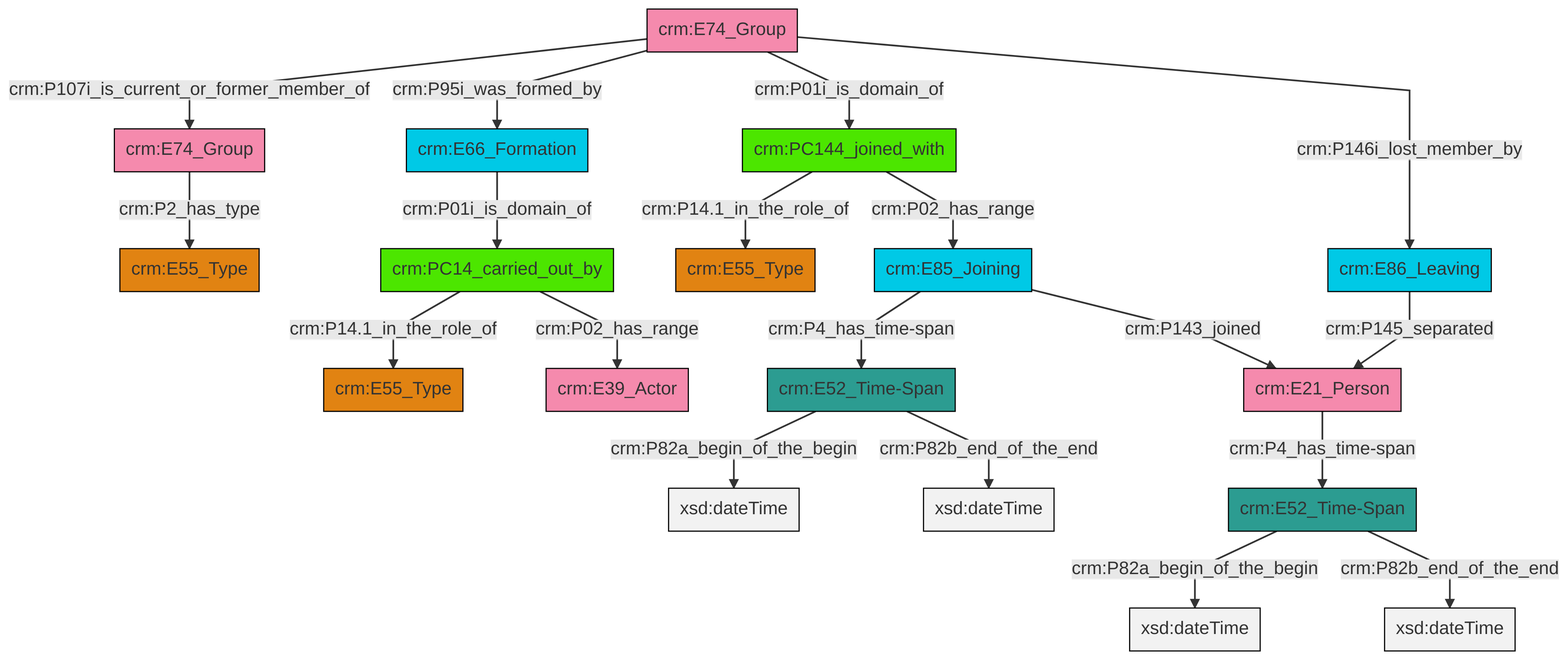
Earlier version of the Mermaid export et/groupCSV/ttl/mmd/png/group_actor_relations.png (swiss-art-research-net/reference-data-models). Its source is kept beside it as et/groupCSV/ttl/mmd/group_actor_relations.ttl.mmd.
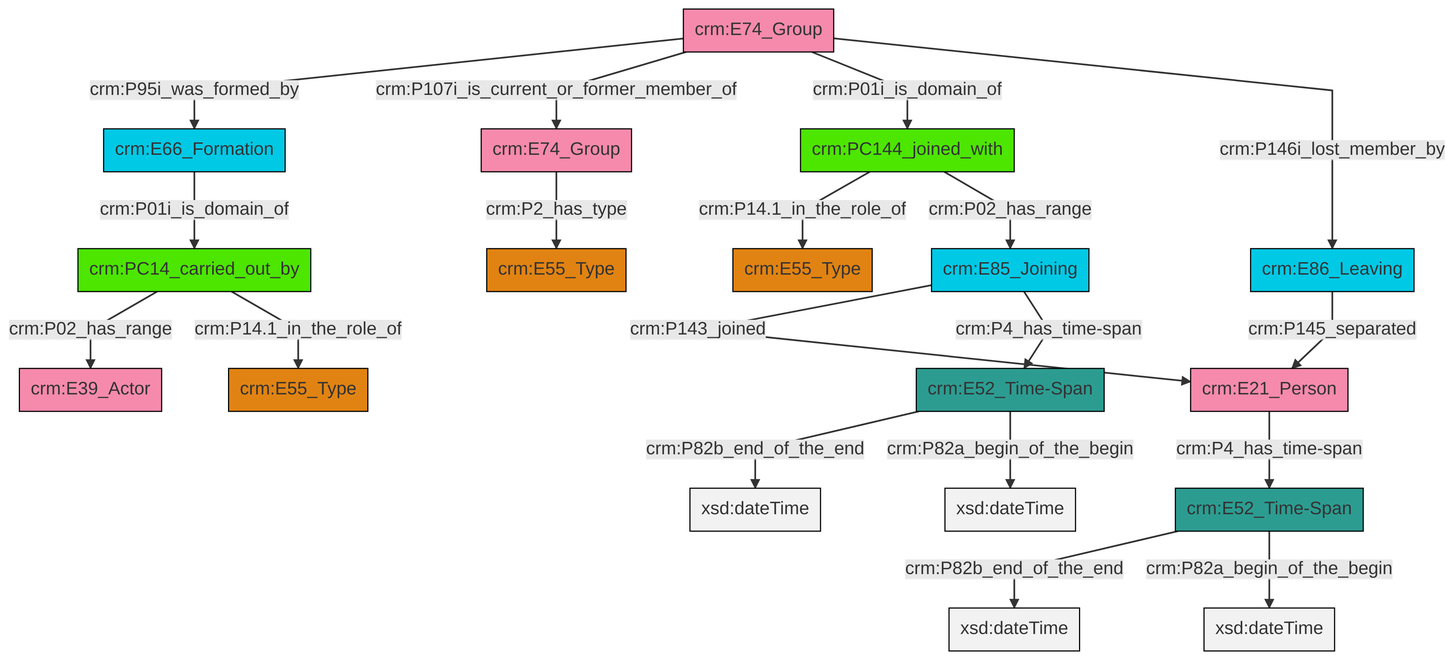
Later version of the same file.

What changed in the source:
```diff
@@ -13,21 +13,21 @@
 classDef PC_Classes fill:#4ce600, stroke:#000000;
 classDef Multi fill:#cccccc,stroke:#000000;
 
-4["crm:E74_Group"]:::Actor -->|crm:P107i_is_current_or_former_member_of| 5["crm:E74_Group"]:::Actor
-6["crm:E52_Time-Span"]:::Time-Span -->|crm:P82a_begin_of_the_begin| 10[xsd:dateTime]:::Literal
-15["crm:E85_Joining"]:::Temporal_Entity -->|crm:P4_has_time-span| 8["crm:E52_Time-Span"]:::Time-Span
-8["crm:E52_Time-Span"]:::Time-Span -->|crm:P82a_begin_of_the_begin| 17[xsd:dateTime]:::Literal
-18["crm:PC14_carried_out_by"]:::PC_Classes -->|crm:P14.1_in_the_role_of| 13["crm:E55_Type"]:::Type
-4["crm:E74_Group"]:::Actor -->|crm:P95i_was_formed_by| 19["crm:E66_Formation"]:::Temporal_Entity
-8["crm:E52_Time-Span"]:::Time-Span -->|crm:P82b_end_of_the_end| 20[xsd:dateTime]:::Literal
-15["crm:E85_Joining"]:::Temporal_Entity -->|crm:P143_joined| 21["crm:E21_Person"]:::Actor
-19["crm:E66_Formation"]:::Temporal_Entity -->|crm:P01i_is_domain_of| 18["crm:PC14_carried_out_by"]:::PC_Classes
-4["crm:E74_Group"]:::Actor -->|crm:P01i_is_domain_of| 25["crm:PC144_joined_with"]:::PC_Classes
-11["crm:E86_Leaving"]:::Temporal_Entity -->|crm:P145_separated| 21["crm:E21_Person"]:::Actor
-18["crm:PC14_carried_out_by"]:::PC_Classes -->|crm:P02_has_range| 26["crm:E39_Actor"]:::Actor
-6["crm:E52_Time-Span"]:::Time-Span -->|crm:P82b_end_of_the_end| 27[xsd:dateTime]:::Literal
-5["crm:E74_Group"]:::Actor -->|crm:P2_has_type| 0["crm:E55_Type"]:::Type
-21["crm:E21_Person"]:::Actor -->|crm:P4_has_time-span| 6["crm:E52_Time-Span"]:::Time-Span
-25["crm:PC144_joined_with"]:::PC_Classes -->|crm:P14.1_in_the_role_of| 2["crm:E55_Type"]:::Type
-4["crm:E74_Group"]:::Actor -->|crm:P146i_lost_member_by| 11["crm:E86_Leaving"]:::Temporal_Entity
-25["crm:PC144_joined_with"]:::PC_Classes -->|crm:P02_has_range| 15["crm:E85_Joining"]:::Temporal_Entity
+0["crm:E74_Group"]:::Actor -->|crm:P95i_was_formed_by| 1["crm:E66_Formation"]:::Temporal_Entity
+4["crm:E52_Time-Span"]:::Time-Span -->|crm:P82b_end_of_the_end| 5[xsd:dateTime]:::Literal
+8["crm:E52_Time-Span"]:::Time-Span -->|crm:P82b_end_of_the_end| 9[xsd:dateTime]:::Literal
+10["crm:E74_Group"]:::Actor -->|crm:P2_has_type| 2["crm:E55_Type"]:::Type
+0["crm:E74_Group"]:::Actor -->|crm:P107i_is_current_or_former_member_of| 10["crm:E74_Group"]:::Actor
+15["crm:PC144_joined_with"]:::PC_Classes -->|crm:P14.1_in_the_role_of| 16["crm:E55_Type"]:::Type
+0["crm:E74_Group"]:::Actor -->|crm:P01i_is_domain_of| 15["crm:PC144_joined_with"]:::PC_Classes
+20["crm:PC14_carried_out_by"]:::PC_Classes -->|crm:P02_has_range| 6["crm:E39_Actor"]:::Actor
+1["crm:E66_Formation"]:::Temporal_Entity -->|crm:P01i_is_domain_of| 20["crm:PC14_carried_out_by"]:::PC_Classes
+22["crm:E85_Joining"]:::Temporal_Entity -->|crm:P143_joined| 12["crm:E21_Person"]:::Actor
+12["crm:E21_Person"]:::Actor -->|crm:P4_has_time-span| 8["crm:E52_Time-Span"]:::Time-Span
+0["crm:E74_Group"]:::Actor -->|crm:P146i_lost_member_by| 18["crm:E86_Leaving"]:::Temporal_Entity
+20["crm:PC14_carried_out_by"]:::PC_Classes -->|crm:P14.1_in_the_role_of| 24["crm:E55_Type"]:::Type
+8["crm:E52_Time-Span"]:::Time-Span -->|crm:P82a_begin_of_the_begin| 31[xsd:dateTime]:::Literal
+4["crm:E52_Time-Span"]:::Time-Span -->|crm:P82a_begin_of_the_begin| 33[xsd:dateTime]:::Literal
+15["crm:PC144_joined_with"]:::PC_Classes -->|crm:P02_has_range| 22["crm:E85_Joining"]:::Temporal_Entity
+22["crm:E85_Joining"]:::Temporal_Entity -->|crm:P4_has_time-span| 4["crm:E52_Time-Span"]:::Time-Span
+18["crm:E86_Leaving"]:::Temporal_Entity -->|crm:P145_separated| 12["crm:E21_Person"]:::Actor
```
